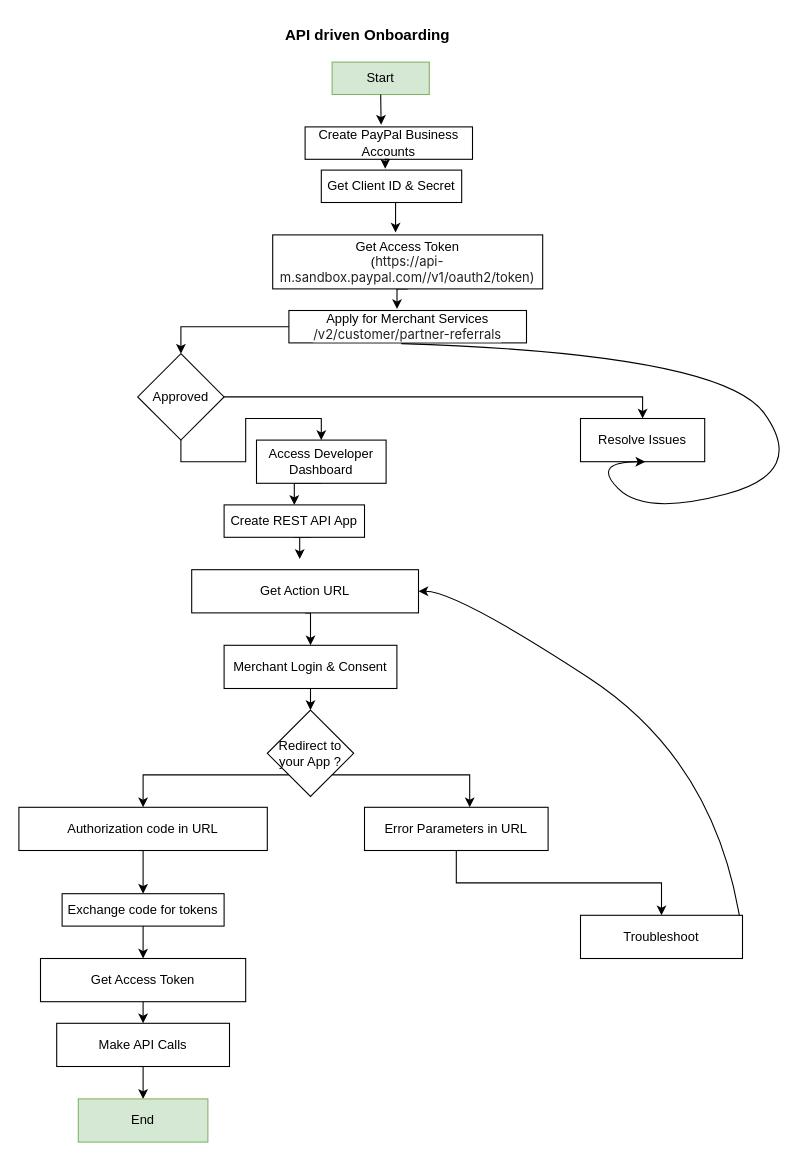
Before: page "API_driven_Onboarding" (1 of 2) of flow-charts/paypal-merchant-onboarding.drawio in rajneeshpatel07/payal-payments, a draw.io diagram. Source tidied: cells renumbered, new cells numbered last; positions are measured from the earlier drawing's top-left corner, leaving out a move shared by most shapes. Both pictures are drawn from the tidied source at 108%, with x=0, y=0 at pixel (18, 18).
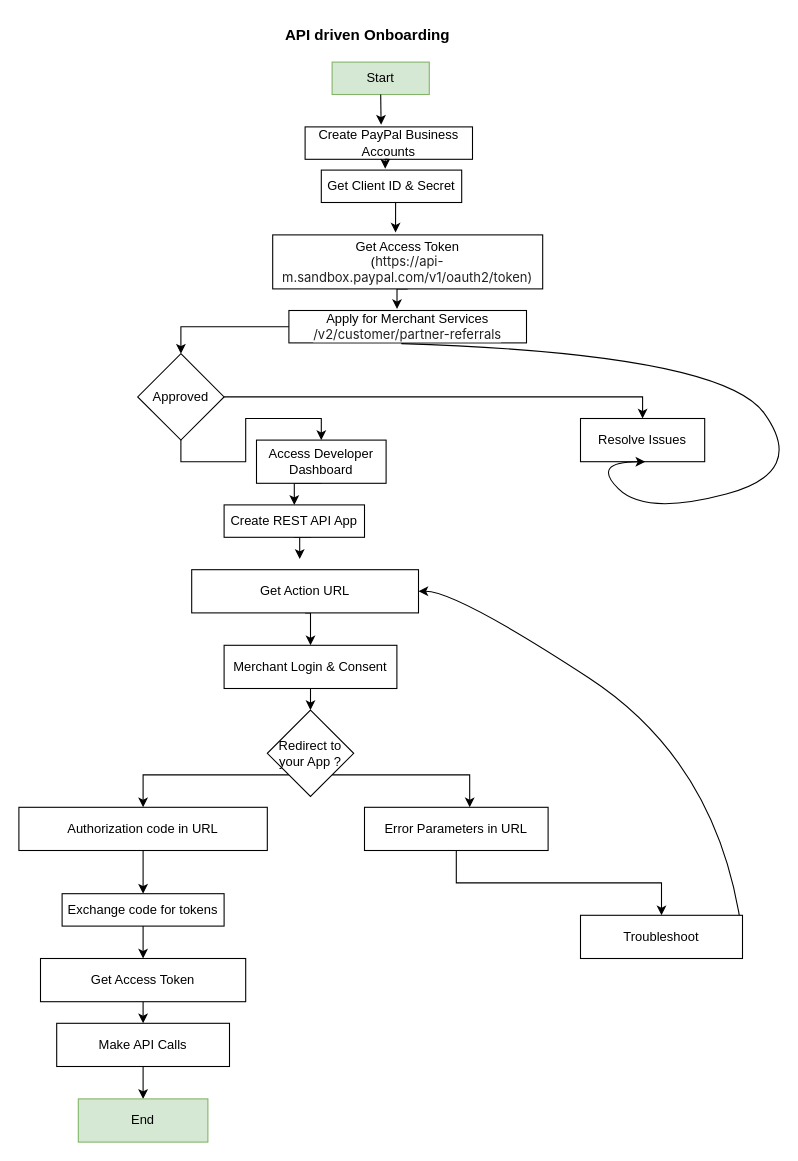
The same page after the edit.

Change to the diagram source:
```diff
@@
-    <mxCell id="42" value="Get Access Token &lt;br&gt;(&lt;span style=&quot;color: rgb(33, 33, 33); font-family: Inter, system-ui, -apple-system, BlinkMacSystemFont, &amp;quot;Segoe UI&amp;quot;, Roboto, Oxygen, Ubuntu, Cantarell, &amp;quot;Fira Sans&amp;quot;, &amp;quot;Droid Sans&amp;quot;, Helvetica, Arial, sans-serif; text-align: left; white-space-collapse: preserve; background-color: rgb(255, 255, 255);&quot;&gt;https://api-m.sandbox.paypal.com/&lt;/span&gt;&lt;span style=&quot;color: rgb(33, 33, 33); font-family: Inter, system-ui, -apple-system, BlinkMacSystemFont, &amp;quot;Segoe UI&amp;quot;, Roboto, Oxygen, Ubuntu, Cantarell, &amp;quot;Fira Sans&amp;quot;, &amp;quot;Droid Sans&amp;quot;, Helvetica, Arial, sans-serif; text-align: left; white-space-collapse: preserve; background-color: rgb(255, 255, 255);&quot;&gt;/v1/oauth2/token)&lt;/span&gt;" style="rounded=0;whiteSpace=wrap;html=1;" parent="1" vertex="1">
+    <mxCell id="42" value="Get Access Token &lt;br&gt;(&lt;span style=&quot;color: rgb(33, 33, 33); font-family: Inter, system-ui, -apple-system, BlinkMacSystemFont, &amp;quot;Segoe UI&amp;quot;, Roboto, Oxygen, Ubuntu, Cantarell, &amp;quot;Fira Sans&amp;quot;, &amp;quot;Droid Sans&amp;quot;, Helvetica, Arial, sans-serif; text-align: left; white-space-collapse: preserve; background-color: rgb(255, 255, 255);&quot;&gt;https://api-m.sandbox.paypal.com&lt;/span&gt;&lt;span style=&quot;color: rgb(33, 33, 33); font-family: Inter, system-ui, -apple-system, BlinkMacSystemFont, &amp;quot;Segoe UI&amp;quot;, Roboto, Oxygen, Ubuntu, Cantarell, &amp;quot;Fira Sans&amp;quot;, &amp;quot;Droid Sans&amp;quot;, Helvetica, Arial, sans-serif; text-align: left; white-space-collapse: preserve; background-color: rgb(255, 255, 255);&quot;&gt;/v1/oauth2/token)&lt;/span&gt;" style="rounded=0;whiteSpace=wrap;html=1;" parent="1" vertex="1">
       <mxGeometry x="235" y="200" width="250" height="50" as="geometry" />
     </mxCell>
```
